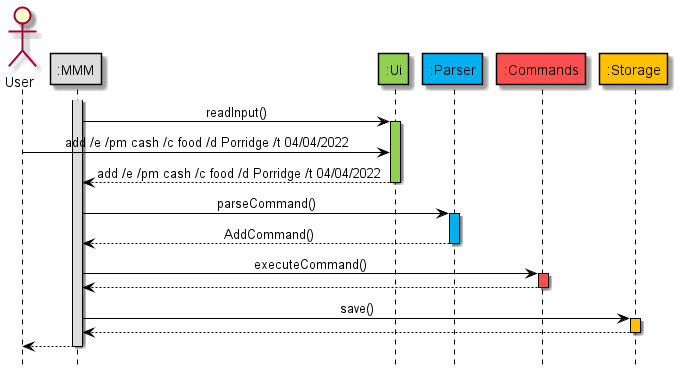
nus-cs2113-AY2122S2/tp keeps this PlantUML diagram as docs/images/ComponentsSequenceDiagram.png. Above is the earlier version.
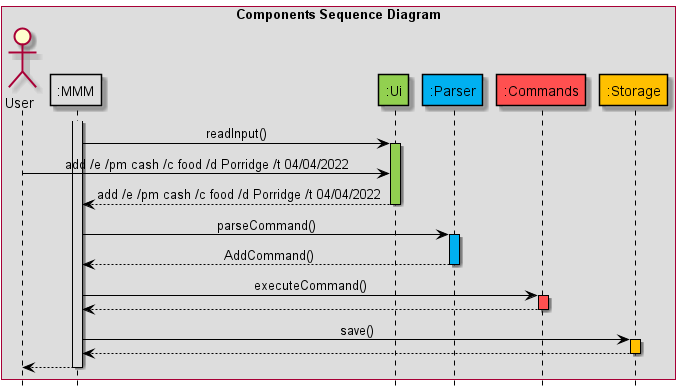
Above is the later version.

Commit message:
Update current UML diagrams to have background

The edit, as a diff of the source:
```diff
@@ -2,8 +2,6 @@
 !include Style.puml
 
 hide footbox
-
-actor User
 skinparam sequenceMessageAlign center
 
 skinparam sequence {
@@ -12,11 +10,14 @@
 LifelineBorderColor black
 }
 
+box Components Sequence Diagram
+actor User
 participant ":MMM" as MMM MMM_COLOUR
 participant ":Ui" as Ui UI_COLOUR
 participant ":Parser" as Parser PARSER_COLOUR
 participant ":Commands" as Commands COMMANDS_COLOUR
 participant ":Storage" as Storage STORAGE_COLOUR
+end box
 
 activate MMM MMM_COLOUR
 MMM -> Ui: readInput()
```
